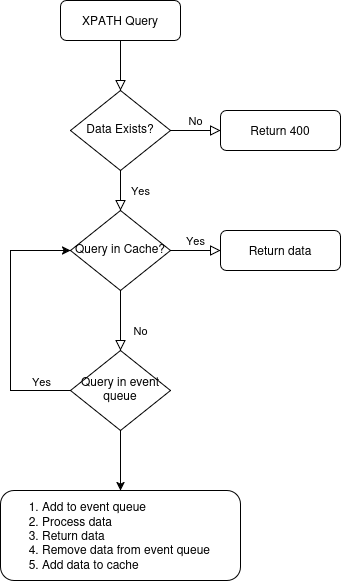
Before: images/xpathquery.drawio.png, a diagram exported from draw.io (Slenderman00/bachelor-report). Source tidied: cells renumbered, new cells last; positions are measured from the earlier drawing's top-left corner, leaving out a move shared by most shapes.
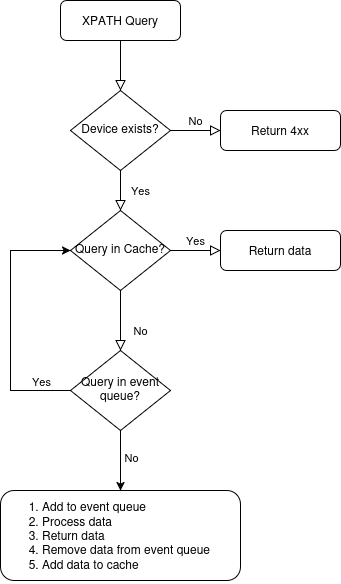
After the commit.

What changed in the source:
```diff
@@ -14,10 +14,10 @@
     <mxCell id="5" value="No" style="edgeStyle=orthogonalEdgeStyle;rounded=0;html=1;jettySize=auto;fontSize=11;endArrow=block;endFill=0;endSize=8;strokeWidth=1;shadow=0;labelBackgroundColor=none;" parent="1" edge="1" source="6" target="7">
       <mxGeometry y="10" relative="1" as="geometry" />
     </mxCell>
-    <mxCell id="6" value="Data Exists?" style="rhombus;whiteSpace=wrap;html=1;shadow=0;fontFamily=Helvetica;fontSize=12;align=center;strokeWidth=1;spacing=6;spacingTop=-4;" parent="1" vertex="1">
+    <mxCell id="6" value="Device exists?" style="rhombus;whiteSpace=wrap;html=1;shadow=0;fontFamily=Helvetica;fontSize=12;align=center;strokeWidth=1;spacing=6;spacingTop=-4;" parent="1" vertex="1">
       <mxGeometry x="70" y="90" width="100" height="80" as="geometry" />
     </mxCell>
-    <mxCell id="7" value="&lt;div&gt;Return 400&lt;/div&gt;" style="rounded=1;whiteSpace=wrap;html=1;fontSize=12;glass=0;strokeWidth=1;shadow=0;" parent="1" vertex="1">
+    <mxCell id="7" value="&lt;div&gt;Return 4xx&lt;/div&gt;" style="rounded=1;whiteSpace=wrap;html=1;fontSize=12;glass=0;strokeWidth=1;shadow=0;" parent="1" vertex="1">
       <mxGeometry x="220" y="110" width="120" height="40" as="geometry" />
     </mxCell>
     <mxCell id="8" value="No" style="rounded=0;html=1;jettySize=auto;fontSize=11;endArrow=block;endFill=0;endSize=8;strokeWidth=1;shadow=0;labelBackgroundColor=none;edgeStyle=orthogonalEdgeStyle;" parent="1" edge="1" source="10">
@@ -50,7 +50,12 @@
     <mxCell id="14" style="edgeStyle=orthogonalEdgeStyle;rounded=0;jettySize=auto;html=1;entryX=0.5;entryY=0;entryDx=0;entryDy=0;" parent="1" edge="1" source="15" target="16">
       <mxGeometry relative="1" as="geometry" />
     </mxCell>
+    <mxCell id="17" value="&lt;div&gt;No&lt;/div&gt;" style="edgeLabel;html=1;align=center;verticalAlign=middle;" parent="14" vertex="1">
+      <mxGeometry x="-0.13" y="-2" relative="1" as="geometry">
+        <mxPoint x="12" as="offset" />
+      </mxGeometry>
+    </mxCell>
-    <mxCell id="15" value="Query in event queue" style="rhombus;whiteSpace=wrap;html=1;shadow=0;fontFamily=Helvetica;fontSize=12;align=center;strokeWidth=1;spacing=6;spacingTop=-4;" parent="1" vertex="1">
+    <mxCell id="15" value="Query in event queue?" style="rhombus;whiteSpace=wrap;html=1;shadow=0;fontFamily=Helvetica;fontSize=12;align=center;strokeWidth=1;spacing=6;spacingTop=-4;" parent="1" vertex="1">
       <mxGeometry x="70" y="350" width="100" height="80" as="geometry" />
     </mxCell>
     <mxCell id="16" value="&lt;div align=&quot;left&quot;&gt;&lt;ol&gt;&lt;li&gt;&lt;div&gt;Add to event queue&lt;/div&gt;&lt;/li&gt;&lt;li&gt;Process data&lt;/li&gt;&lt;li&gt;Return data&lt;/li&gt;&lt;li&gt;Remove data from event queue&lt;/li&gt;&lt;li&gt;Add data to cache&lt;/li&gt;&lt;/ol&gt;&lt;/div&gt;" style="rounded=1;whiteSpace=wrap;html=1;fontSize=12;glass=0;strokeWidth=1;shadow=0;align=left;" parent="1" vertex="1">
```
